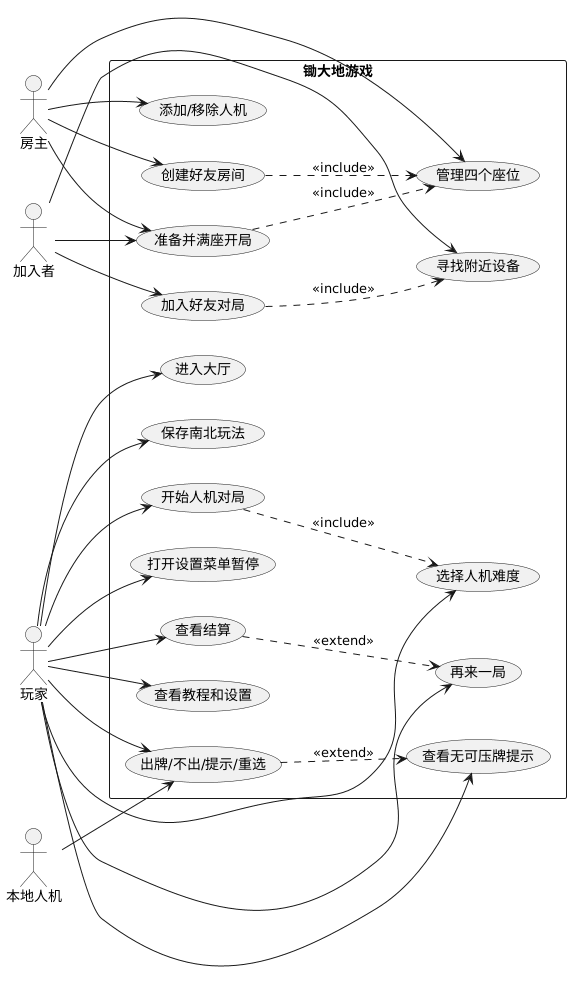
Above: docs/uml/use_case.png in Mojieeee/uml_chudadi (PlantUML), before the change. Its diagram source:
```plantuml
@startuml
left to right direction
skinparam packageStyle rectangle

actor "玩家" as Player
actor "房主" as Host
actor "加入者" as Client
actor "本地人机" as Ai

rectangle "锄大地游戏" {
  usecase "进入大厅" as UC_Lobby
  usecase "保存南北玩法" as UC_Rules
  usecase "选择人机难度" as UC_Difficulty
  usecase "开始人机对局" as UC_HumanGame
  usecase "创建好友房间" as UC_CreateRoom
  usecase "加入好友对局" as UC_JoinRoom
  usecase "寻找附近设备" as UC_Search
  usecase "管理四个座位" as UC_Seats
  usecase "添加/移除人机" as UC_AiSeat
  usecase "准备并满座开局" as UC_StartRoom
  usecase "出牌/不出/提示/重选" as UC_Play
  usecase "查看无可压牌提示" as UC_NoBeat
  usecase "打开设置菜单暂停" as UC_Pause
  usecase "查看结算" as UC_Result
  usecase "再来一局" as UC_Rematch
  usecase "查看教程和设置" as UC_Help
}

Player --> UC_Lobby
Player --> UC_Rules
Player --> UC_Difficulty
Player --> UC_HumanGame
Player --> UC_Play
Player --> UC_NoBeat
Player --> UC_Pause
Player --> UC_Result
Player --> UC_Rematch
Player --> UC_Help

Host --> UC_CreateRoom
Host --> UC_Seats
Host --> UC_AiSeat
Host --> UC_StartRoom
Client --> UC_JoinRoom
Client --> UC_Search
Client --> UC_StartRoom
Ai --> UC_Play

UC_HumanGame ..> UC_Difficulty : <<include>>
UC_CreateRoom ..> UC_Seats : <<include>>
UC_JoinRoom ..> UC_Search : <<include>>
UC_StartRoom ..> UC_Seats : <<include>>
UC_Play ..> UC_NoBeat : <<extend>>
UC_Result ..> UC_Rematch : <<extend>>
@enduml
```
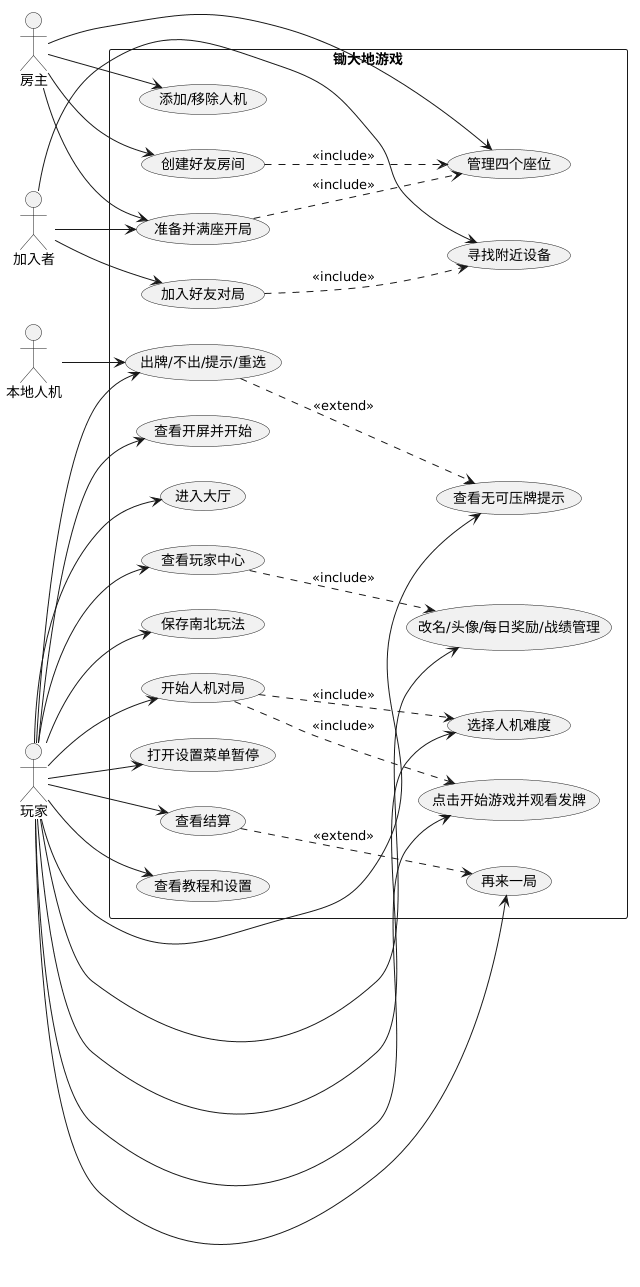
Above is the later version.

Change to the diagram source:
```diff
@@ -8,9 +8,13 @@
 actor "本地人机" as Ai
 
 rectangle "锄大地游戏" {
+  usecase "查看开屏并开始" as UC_Splash
   usecase "进入大厅" as UC_Lobby
+  usecase "查看玩家中心" as UC_Profile
+  usecase "改名/头像/每日奖励/战绩管理" as UC_ProfileManage
   usecase "保存南北玩法" as UC_Rules
   usecase "选择人机难度" as UC_Difficulty
+  usecase "点击开始游戏并观看发牌" as UC_StartHuman
   usecase "开始人机对局" as UC_HumanGame
   usecase "创建好友房间" as UC_CreateRoom
   usecase "加入好友对局" as UC_JoinRoom
@@ -26,9 +30,13 @@
   usecase "查看教程和设置" as UC_Help
 }
 
+Player --> UC_Splash
 Player --> UC_Lobby
+Player --> UC_Profile
+Player --> UC_ProfileManage
 Player --> UC_Rules
 Player --> UC_Difficulty
+Player --> UC_StartHuman
 Player --> UC_HumanGame
 Player --> UC_Play
 Player --> UC_NoBeat
@@ -47,6 +55,8 @@
 Ai --> UC_Play
 
 UC_HumanGame ..> UC_Difficulty : <<include>>
+UC_HumanGame ..> UC_StartHuman : <<include>>
+UC_Profile ..> UC_ProfileManage : <<include>>
 UC_CreateRoom ..> UC_Seats : <<include>>
 UC_JoinRoom ..> UC_Search : <<include>>
 UC_StartRoom ..> UC_Seats : <<include>>
```
